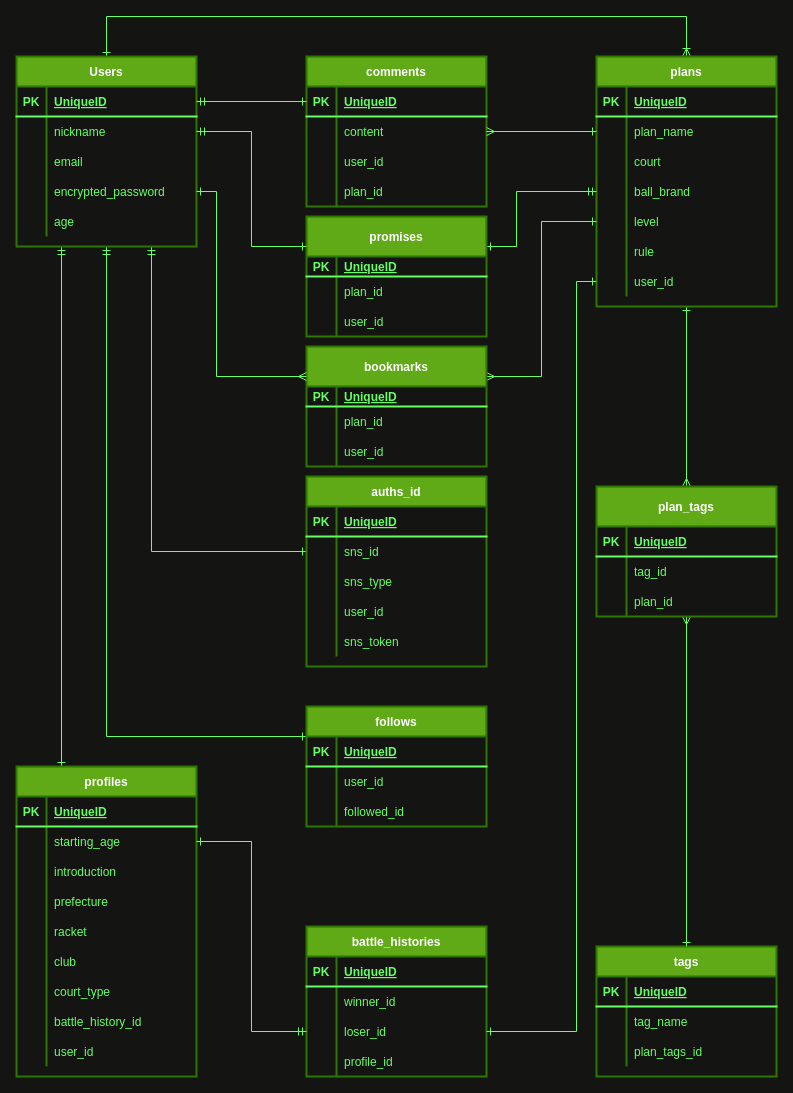
0123takaokeita/Tennis_encounter keeps this draw.io diagram as config/db.dio. Above is the earlier version. Source tidied: cells renumbered, new cells numbered last; positions are measured from the earlier drawing's top-left corner, leaving out a move shared by most shapes. Both pictures are drawn from the tidied source at 100%, with x=0, y=0 at pixel (16, 16).
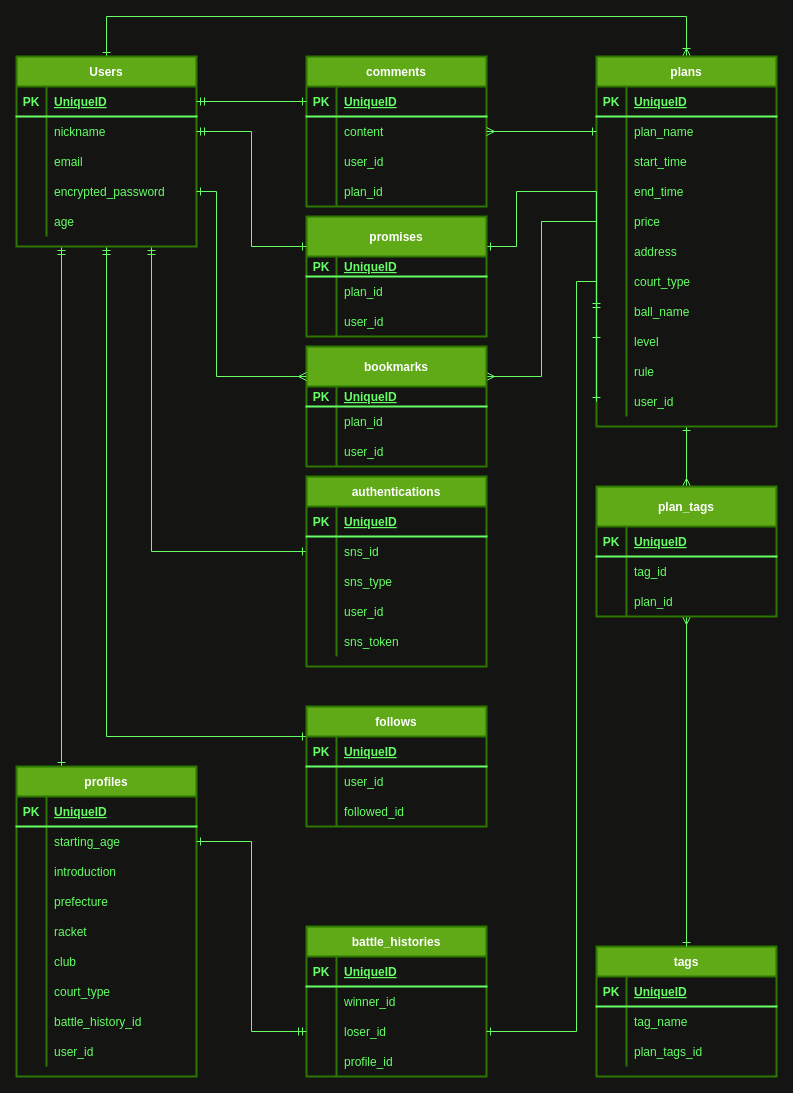
The same diagram, later.

Diff of the diagram source:
```diff
@@
     <mxCell id="23" value="plans" style="shape=table;startSize=30;childLayout=tableLayout;rowLines=0;fontStyle=1;align=center;labelBackgroundColor=none;strokeWidth=2;strokeColor=#2D7600;fontColor=#ffffff;fillColor=#60a917;" parent="1" vertex="1">
-      <mxGeometry x="580" y="40" width="180" height="250" as="geometry" />
+      <mxGeometry x="580" y="40" width="180" height="370" as="geometry" />
     </mxCell>
@@
+    <mxCell id="175" style="shape=partialRectangle;fillColor=none;top=0;left=0;bottom=0;right=0;labelBackgroundColor=none;strokeWidth=2;strokeColor=#66FF66;fontColor=#66FF66;" parent="23" vertex="1">
+      <mxGeometry y="90" width="180" height="30" as="geometry" />
+    </mxCell>
+    <mxCell id="176" style="shape=partialRectangle;fillColor=none;top=0;left=0;bottom=0;right=0;overflow=hidden;labelBackgroundColor=none;strokeWidth=2;strokeColor=#66FF66;fontColor=#66FF66;" parent="175" vertex="1">
+      <mxGeometry width="30" height="30" as="geometry" />
+    </mxCell>
+    <mxCell id="177" value="start_time" style="shape=partialRectangle;fillColor=none;top=0;left=0;bottom=0;right=0;align=left;spacingLeft=6;overflow=hidden;labelBackgroundColor=none;strokeWidth=2;strokeColor=#66FF66;fontColor=#66FF66;" parent="175" vertex="1">
+      <mxGeometry x="30" width="150" height="30" as="geometry" />
+    </mxCell>
+    <mxCell id="178" style="shape=partialRectangle;fillColor=none;top=0;left=0;bottom=0;right=0;labelBackgroundColor=none;strokeWidth=2;strokeColor=#66FF66;fontColor=#66FF66;" parent="23" vertex="1">
+      <mxGeometry y="120" width="180" height="30" as="geometry" />
+    </mxCell>
+    <mxCell id="179" style="shape=partialRectangle;fillColor=none;top=0;left=0;bottom=0;right=0;overflow=hidden;labelBackgroundColor=none;strokeWidth=2;strokeColor=#66FF66;fontColor=#66FF66;" parent="178" vertex="1">
+      <mxGeometry width="30" height="30" as="geometry" />
+    </mxCell>
+    <mxCell id="180" value="end_time" style="shape=partialRectangle;fillColor=none;top=0;left=0;bottom=0;right=0;align=left;spacingLeft=6;overflow=hidden;labelBackgroundColor=none;strokeWidth=2;strokeColor=#66FF66;fontColor=#66FF66;" parent="178" vertex="1">
+      <mxGeometry x="30" width="150" height="30" as="geometry" />
+    </mxCell>
+    <mxCell id="181" style="shape=partialRectangle;fillColor=none;top=0;left=0;bottom=0;right=0;labelBackgroundColor=none;strokeWidth=2;strokeColor=#66FF66;fontColor=#66FF66;" parent="23" vertex="1">
+      <mxGeometry y="150" width="180" height="30" as="geometry" />
+    </mxCell>
+    <mxCell id="182" style="shape=partialRectangle;fillColor=none;top=0;left=0;bottom=0;right=0;overflow=hidden;labelBackgroundColor=none;strokeWidth=2;strokeColor=#66FF66;fontColor=#66FF66;" parent="181" vertex="1">
+      <mxGeometry width="30" height="30" as="geometry" />
+    </mxCell>
+    <mxCell id="183" value="price" style="shape=partialRectangle;fillColor=none;top=0;left=0;bottom=0;right=0;align=left;spacingLeft=6;overflow=hidden;labelBackgroundColor=none;strokeWidth=2;strokeColor=#66FF66;fontColor=#66FF66;" parent="181" vertex="1">
+      <mxGeometry x="30" width="150" height="30" as="geometry" />
+    </mxCell>
     <mxCell id="30" style="shape=partialRectangle;fillColor=none;top=0;left=0;bottom=0;right=0;labelBackgroundColor=none;strokeWidth=2;strokeColor=#66FF66;fontColor=#66FF66;" parent="23" vertex="1">
-      <mxGeometry y="90" width="180" height="30" as="geometry" />
+      <mxGeometry y="180" width="180" height="30" as="geometry" />
     </mxCell>
@@
-    <mxCell id="32" value="court" style="shape=partialRectangle;fillColor=none;top=0;left=0;bottom=0;right=0;align=left;spacingLeft=6;overflow=hidden;labelBackgroundColor=none;strokeWidth=2;strokeColor=#66FF66;fontColor=#66FF66;" parent="30" vertex="1">
+    <mxCell id="32" value="address" style="shape=partialRectangle;fillColor=none;top=0;left=0;bottom=0;right=0;align=left;spacingLeft=6;overflow=hidden;labelBackgroundColor=none;strokeWidth=2;strokeColor=#66FF66;fontColor=#66FF66;" parent="30" vertex="1">
       <mxGeometry x="30" width="150" height="30" as="geometry" />
     </mxCell>
+    <mxCell id="184" style="shape=partialRectangle;fillColor=none;top=0;left=0;bottom=0;right=0;labelBackgroundColor=none;strokeWidth=2;strokeColor=#66FF66;fontColor=#66FF66;" parent="23" vertex="1">
+      <mxGeometry y="210" width="180" height="30" as="geometry" />
+    </mxCell>
+    <mxCell id="185" style="shape=partialRectangle;fillColor=none;top=0;left=0;bottom=0;right=0;overflow=hidden;labelBackgroundColor=none;strokeWidth=2;strokeColor=#66FF66;fontColor=#66FF66;" parent="184" vertex="1">
+      <mxGeometry width="30" height="30" as="geometry" />
+    </mxCell>
+    <mxCell id="186" value="court_type" style="shape=partialRectangle;fillColor=none;top=0;left=0;bottom=0;right=0;align=left;spacingLeft=6;overflow=hidden;labelBackgroundColor=none;strokeWidth=2;strokeColor=#66FF66;fontColor=#66FF66;" parent="184" vertex="1">
+      <mxGeometry x="30" width="150" height="30" as="geometry" />
+    </mxCell>
     <mxCell id="33" style="shape=partialRectangle;fillColor=none;top=0;left=0;bottom=0;right=0;points=[[0,0.5],[1,0.5]];portConstraint=eastwest;labelBackgroundColor=none;strokeWidth=2;strokeColor=#66FF66;fontColor=#66FF66;" parent="23" vertex="1">
-      <mxGeometry y="120" width="180" height="30" as="geometry" />
+      <mxGeometry y="240" width="180" height="30" as="geometry" />
     </mxCell>
@@
-    <mxCell id="35" value="ball_brand" style="shape=partialRectangle;fillColor=none;top=0;left=0;bottom=0;right=0;align=left;spacingLeft=6;overflow=hidden;labelBackgroundColor=none;strokeWidth=2;strokeColor=#66FF66;fontColor=#66FF66;" parent="33" vertex="1">
+    <mxCell id="35" value="ball_name" style="shape=partialRectangle;fillColor=none;top=0;left=0;bottom=0;right=0;align=left;spacingLeft=6;overflow=hidden;labelBackgroundColor=none;strokeWidth=2;strokeColor=#66FF66;fontColor=#66FF66;" parent="33" vertex="1">
       <mxGeometry x="30" width="150" height="30" as="geometry" />
     </mxCell>
     <mxCell id="36" style="shape=partialRectangle;fillColor=none;top=0;left=0;bottom=0;right=0;points=[[0,0.5],[1,0.5]];portConstraint=eastwest;labelBackgroundColor=none;strokeWidth=2;strokeColor=#66FF66;fontColor=#66FF66;" parent="23" vertex="1">
-      <mxGeometry y="150" width="180" height="30" as="geometry" />
+      <mxGeometry y="270" width="180" height="30" as="geometry" />
     </mxCell>
@@
     <mxCell id="39" style="shape=partialRectangle;fillColor=none;top=0;left=0;bottom=0;right=0;labelBackgroundColor=none;strokeWidth=2;strokeColor=#66FF66;fontColor=#66FF66;" parent="23" vertex="1">
-      <mxGeometry y="180" width="180" height="30" as="geometry" />
+      <mxGeometry y="300" width="180" height="30" as="geometry" />
     </mxCell>
@@
     <mxCell id="42" style="shape=partialRectangle;fillColor=none;top=0;left=0;bottom=0;right=0;points=[[0,0.5],[1,0.5]];portConstraint=eastwest;labelBackgroundColor=none;strokeWidth=2;strokeColor=#66FF66;fontColor=#66FF66;" parent="23" vertex="1">
-      <mxGeometry y="210" width="180" height="30" as="geometry" />
+      <mxGeometry y="330" width="180" height="30" as="geometry" />
     </mxCell>
@@
-    <mxCell id="142" value="auths_id" style="shape=table;startSize=30;childLayout=tableLayout;rowLines=0;fontStyle=1;align=center;labelBackgroundColor=none;strokeWidth=2;strokeColor=#2D7600;fontColor=#ffffff;fillColor=#60a917;" parent="1" vertex="1">
+    <mxCell id="142" value="authentications" style="shape=table;startSize=30;childLayout=tableLayout;rowLines=0;fontStyle=1;align=center;labelBackgroundColor=none;strokeWidth=2;strokeColor=#2D7600;fontColor=#ffffff;fillColor=#60a917;" parent="1" vertex="1">
       <mxGeometry x="290" y="460" width="180" height="190" as="geometry" />
     </mxCell>
```
